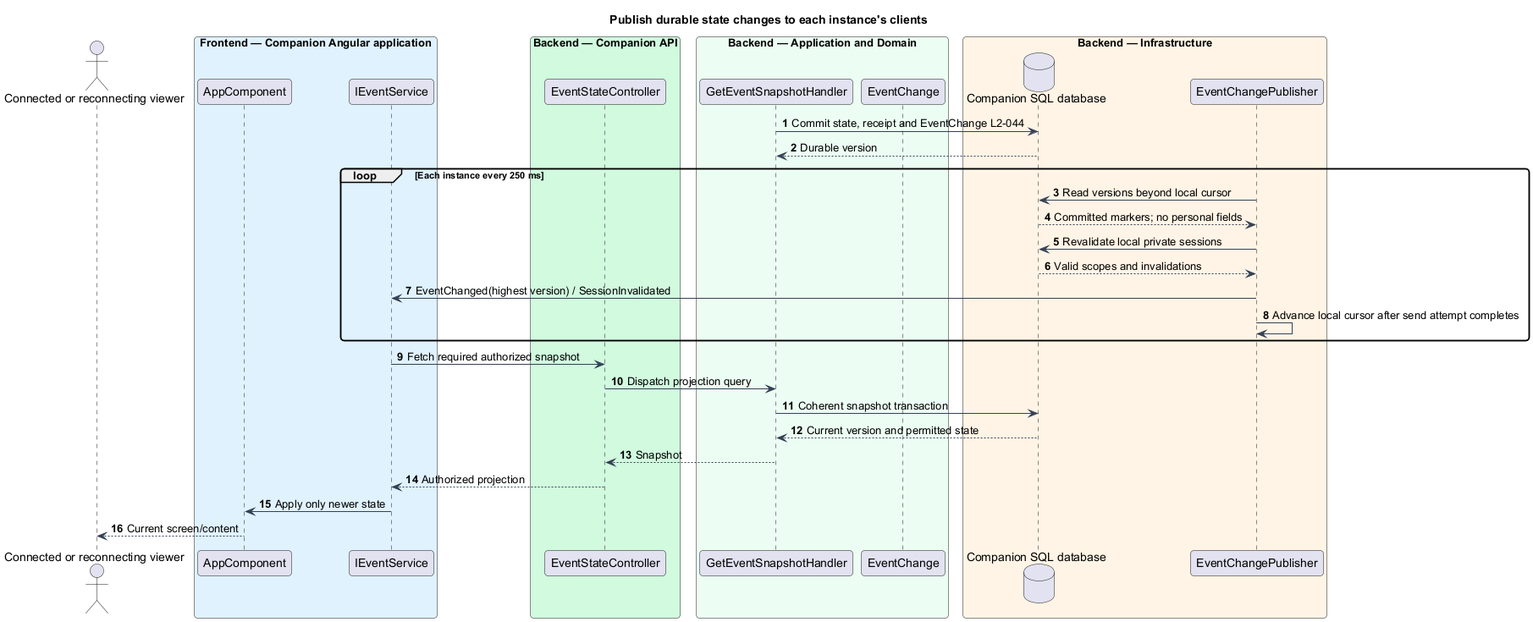
The PlantUML diagram docs/detailed-designs/operations/synchronize-and-recover-state/diagrams/sequence-publish.png in QuinntyneBrown/faithtech-toronto-ai-build-event, before a commit. Its diagram source:
```plantuml
@startuml
skinparam backgroundColor #FFFFFF
skinparam shadowing false
skinparam defaultFontName Arial
skinparam ArrowColor #344054
skinparam roundcorner 8
autonumber
title Publish durable state changes to each instance's clients
actor "Connected or reconnecting viewer" as actor
box "Frontend — Companion Angular application" #E0F2FE
participant "AppComponent" as page
participant "IEventService" as client
end box
box "Backend — Companion API" #D1FADF
participant "EventStateController" as controller
end box
box "Backend — Application and Domain" #ECFDF3
participant "GetEventSnapshotHandler" as handler
participant "EventChange" as entity
end box
box "Backend — Infrastructure" #FFF4E5
database "Companion SQL database" as db
participant "EventChangePublisher" as push
end box
handler -> db : Commit state, receipt and EventChange L2-044
 db --> handler : Durable version
loop Each instance every 250 ms
 push -> db : Read versions beyond local cursor
 db --> push : Committed markers; no personal fields
 push -> db : Revalidate local private sessions
 db --> push : Valid scopes and invalidations
 push -> client : EventChanged(highest version) / SessionInvalidated
 push -> push : Advance local cursor after send attempt completes
end
client -> controller : Fetch required authorized snapshot
controller -> handler : Dispatch projection query
handler -> db : Coherent snapshot transaction
 db --> handler : Current version and permitted state
handler --> controller : Snapshot
controller --> client : Authorized projection
client -> page : Apply only newer state
page --> actor : Current screen/content
@enduml
```
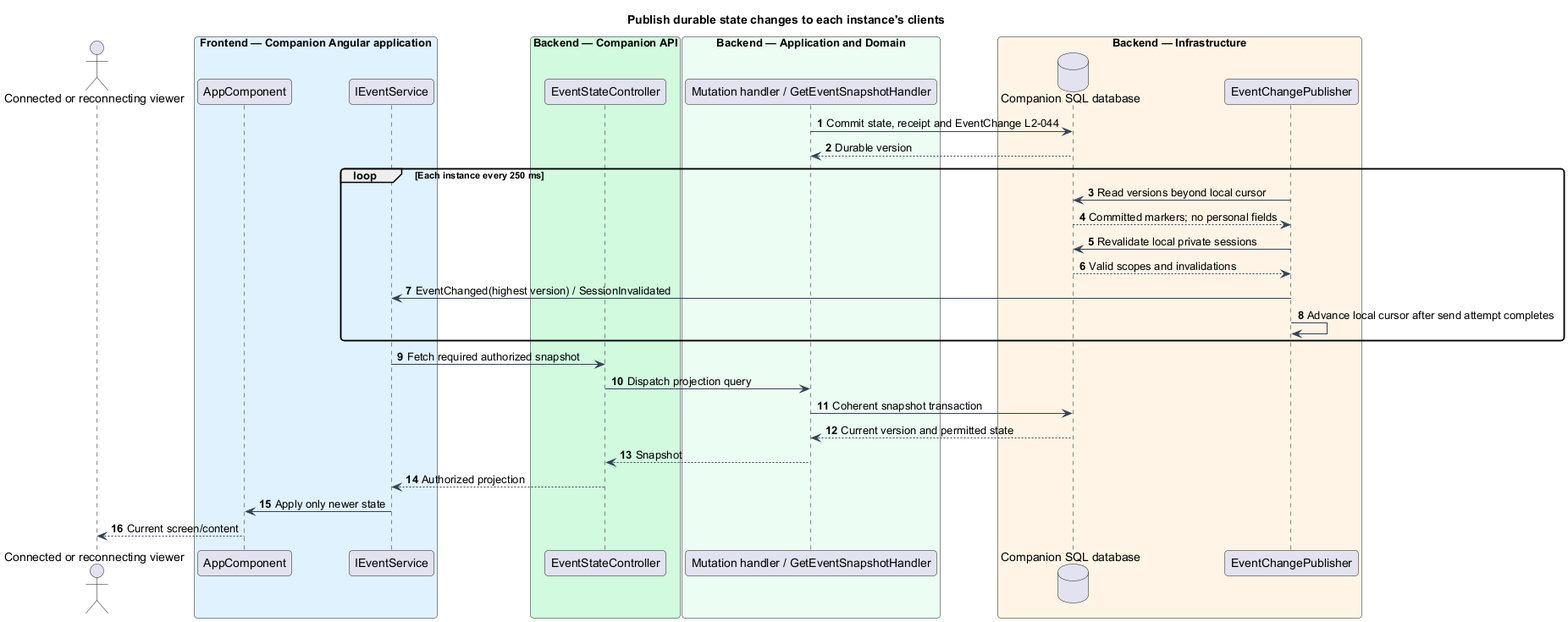
The same diagram one commit later.

Change to the diagram source:
```diff
@@ -15,8 +15,7 @@
 participant "EventStateController" as controller
 end box
 box "Backend — Application and Domain" #ECFDF3
-participant "GetEventSnapshotHandler" as handler
-participant "EventChange" as entity
+participant "Mutation handler / GetEventSnapshotHandler" as handler
 end box
 box "Backend — Infrastructure" #FFF4E5
 database "Companion SQL database" as db
```
